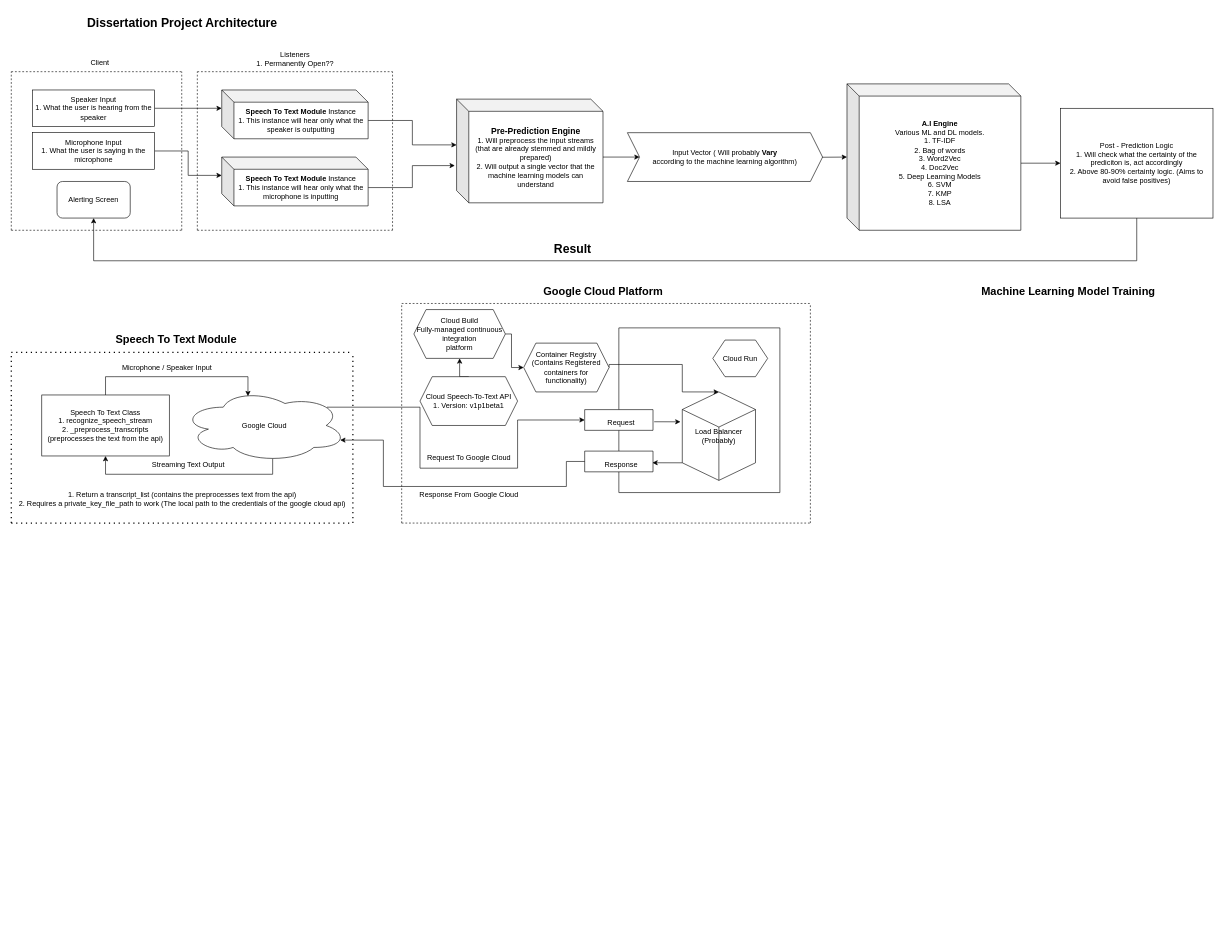
This is Design/dissertation_design.drawio from Naveenramana/Minor-project-, a draw.io file, before an edit. Source tidied: cells renumbered, new cells numbered last; positions are measured from the earlier drawing's top-left corner, leaving out a move shared by most shapes. Both pictures are drawn from the tidied source at 61%, with x=0, y=0 at pixel (11, 10).
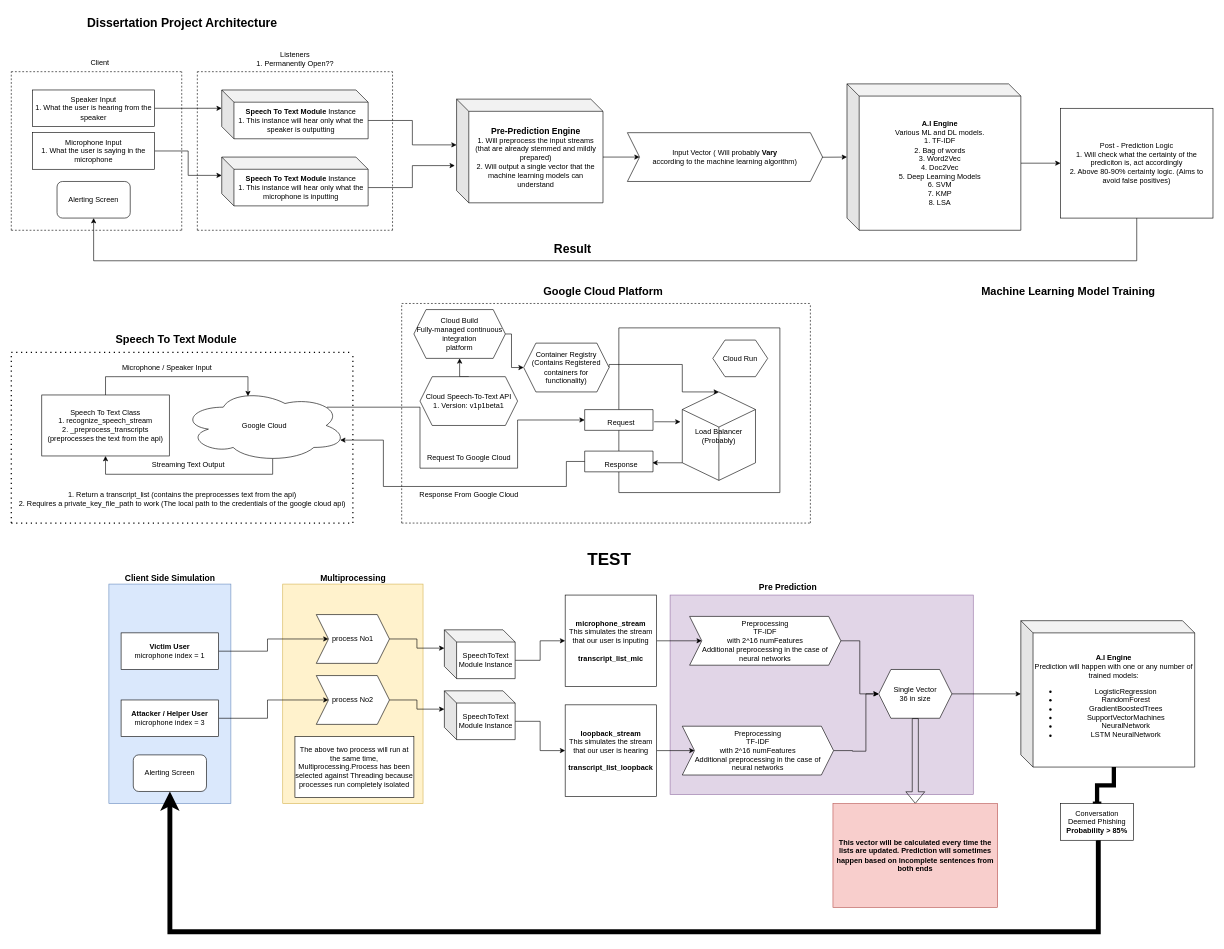
The same page after the edit.

What changed in the source:
```diff
@@
+    <mxCell id="66" style="rounded=0;whiteSpace=wrap;html=1;fillColor=#e1d5e7;strokeColor=#9673a6;" parent="1" vertex="1">
+      <mxGeometry x="1080" y="958" width="497" height="327" as="geometry" />
+    </mxCell>
+    <mxCell id="67" style="rounded=0;whiteSpace=wrap;html=1;fillColor=#dae8fc;strokeColor=#6c8ebf;" parent="1" vertex="1">
+      <mxGeometry x="160" y="940" width="200" height="360" as="geometry" />
+    </mxCell>
+    <mxCell id="68" style="rounded=0;whiteSpace=wrap;html=1;fillColor=#fff2cc;strokeColor=#d6b656;" parent="1" vertex="1">
+      <mxGeometry x="445" y="940" width="230" height="360" as="geometry" />
+    </mxCell>
@@
+    <mxCell id="69" value="&lt;b style=&quot;&quot;&gt;&lt;font style=&quot;font-size: 28px;&quot;&gt;TEST&lt;/font&gt;&lt;/b&gt;" style="text;html=1;align=center;verticalAlign=middle;strokeColor=none;fillColor=none;" parent="1" vertex="1">
+      <mxGeometry x="930" y="875" width="100" height="50" as="geometry" />
+    </mxCell>
+    <mxCell id="70" style="edgeStyle=orthogonalEdgeStyle;rounded=0;jettySize=auto;html=1;exitX=1;exitY=0.5;exitDx=0;exitDy=0;entryX=0;entryY=0.5;entryDx=0;entryDy=0;" parent="1" edge="1" source="71" target="79">
+      <mxGeometry relative="1" as="geometry" />
+    </mxCell>
+    <mxCell id="71" value="&lt;b&gt;Victim User&lt;/b&gt;&lt;br&gt;microphone index = 1" style="rounded=0;whiteSpace=wrap;html=1;" parent="1" vertex="1">
+      <mxGeometry x="180" y="1020" width="160" height="60" as="geometry" />
+    </mxCell>
+    <mxCell id="72" style="edgeStyle=orthogonalEdgeStyle;rounded=0;jettySize=auto;html=1;exitX=1;exitY=0.5;exitDx=0;exitDy=0;entryX=0;entryY=0.5;entryDx=0;entryDy=0;" parent="1" edge="1" source="73" target="81">
+      <mxGeometry relative="1" as="geometry" />
+    </mxCell>
+    <mxCell id="73" value="&lt;b&gt;Attacker / Helper User&lt;/b&gt;&lt;br&gt;microphone index = 3" style="rounded=0;whiteSpace=wrap;html=1;" parent="1" vertex="1">
+      <mxGeometry x="180" y="1130" width="160" height="60" as="geometry" />
+    </mxCell>
+    <mxCell id="74" style="edgeStyle=orthogonalEdgeStyle;rounded=0;jettySize=auto;html=1;exitX=1;exitY=0.5;exitDx=0;exitDy=0;entryX=0;entryY=0.5;entryDx=0;entryDy=0;" parent="1" edge="1" source="75" target="90">
+      <mxGeometry relative="1" as="geometry" />
+    </mxCell>
+    <mxCell id="75" value="&lt;b&gt;microphone_stream&lt;/b&gt;&lt;br&gt;This simulates the stream that our user is inputing&lt;br&gt;&lt;br&gt;&lt;b&gt;transcript_list_mic&lt;/b&gt;" style="whiteSpace=wrap;html=1;" parent="1" vertex="1">
+      <mxGeometry x="908" y="958" width="150" height="150" as="geometry" />
+    </mxCell>
+    <mxCell id="76" style="edgeStyle=orthogonalEdgeStyle;rounded=0;jettySize=auto;html=1;exitX=1;exitY=0.5;exitDx=0;exitDy=0;entryX=0;entryY=0.5;entryDx=0;entryDy=0;" parent="1" edge="1" source="77" target="100">
+      <mxGeometry relative="1" as="geometry" />
+    </mxCell>
+    <mxCell id="77" value="&lt;b&gt;loopback_stream&lt;/b&gt;&lt;br&gt;This simulates the stream that our user is hearing&lt;br&gt;&lt;br&gt;&lt;b&gt;transcript_list_loopback&lt;/b&gt;" style="whiteSpace=wrap;html=1;" parent="1" vertex="1">
+      <mxGeometry x="908" y="1138" width="150" height="150" as="geometry" />
+    </mxCell>
+    <mxCell id="78" style="edgeStyle=orthogonalEdgeStyle;rounded=0;jettySize=auto;html=1;exitX=1;exitY=0.5;exitDx=0;exitDy=0;entryX=0;entryY=0;entryDx=0;entryDy=30;entryPerimeter=0;" parent="1" edge="1" source="79" target="83">
+      <mxGeometry relative="1" as="geometry" />
+    </mxCell>
+    <mxCell id="79" value="process No1" style="shape=step;perimeter=stepPerimeter;whiteSpace=wrap;html=1;fixedSize=1;" parent="1" vertex="1">
+      <mxGeometry x="500" y="990" width="120" height="80" as="geometry" />
+    </mxCell>
+    <mxCell id="80" style="edgeStyle=orthogonalEdgeStyle;rounded=0;jettySize=auto;html=1;exitX=1;exitY=0.5;exitDx=0;exitDy=0;entryX=0;entryY=0;entryDx=0;entryDy=30;entryPerimeter=0;" parent="1" edge="1" source="81" target="85">
+      <mxGeometry relative="1" as="geometry" />
+    </mxCell>
+    <mxCell id="81" value="process No2" style="shape=step;perimeter=stepPerimeter;whiteSpace=wrap;html=1;fixedSize=1;" parent="1" vertex="1">
+      <mxGeometry x="500" y="1090" width="120" height="80" as="geometry" />
+    </mxCell>
+    <mxCell id="82" style="edgeStyle=orthogonalEdgeStyle;rounded=0;jettySize=auto;html=1;exitX=0;exitY=0;exitDx=116;exitDy=50;exitPerimeter=0;entryX=0;entryY=0.5;entryDx=0;entryDy=0;" parent="1" edge="1" source="83" target="75">
+      <mxGeometry relative="1" as="geometry" />
+    </mxCell>
+    <mxCell id="83" value="SpeechToText Module Instance" style="shape=cube;whiteSpace=wrap;html=1;boundedLbl=1;backgroundOutline=1;darkOpacity=0.05;darkOpacity2=0.1;" parent="1" vertex="1">
+      <mxGeometry x="710" y="1015" width="116" height="80" as="geometry" />
+    </mxCell>
+    <mxCell id="84" style="edgeStyle=orthogonalEdgeStyle;rounded=0;jettySize=auto;html=1;exitX=0;exitY=0;exitDx=116;exitDy=50;exitPerimeter=0;entryX=0;entryY=0.5;entryDx=0;entryDy=0;" parent="1" edge="1" source="85" target="77">
+      <mxGeometry relative="1" as="geometry" />
+    </mxCell>
+    <mxCell id="85" value="SpeechToText Module Instance" style="shape=cube;whiteSpace=wrap;html=1;boundedLbl=1;backgroundOutline=1;darkOpacity=0.05;darkOpacity2=0.1;" parent="1" vertex="1">
+      <mxGeometry x="710" y="1115" width="116" height="80" as="geometry" />
+    </mxCell>
+    <mxCell id="86" value="&lt;b&gt;&lt;font style=&quot;font-size: 14px;&quot;&gt;Multiprocessing&lt;/font&gt;&lt;/b&gt;" style="text;html=1;align=center;verticalAlign=middle;strokeColor=none;fillColor=none;" parent="1" vertex="1">
+      <mxGeometry x="495" y="915" width="130" height="30" as="geometry" />
+    </mxCell>
+    <mxCell id="87" value="The above two process will run at the same time, Multiprocessing.Process has been selected against Threading because processes run completely isolated" style="rounded=0;whiteSpace=wrap;html=1;" parent="1" vertex="1">
+      <mxGeometry x="465" y="1190" width="195" height="100" as="geometry" />
+    </mxCell>
+    <mxCell id="88" value="&lt;span style=&quot;font-size: 14px;&quot;&gt;&lt;b&gt;Client Side Simulation&lt;/b&gt;&lt;/span&gt;" style="text;html=1;align=center;verticalAlign=middle;strokeColor=none;fillColor=none;" parent="1" vertex="1">
+      <mxGeometry x="175" y="915" width="170" height="30" as="geometry" />
+    </mxCell>
+    <mxCell id="89" style="edgeStyle=orthogonalEdgeStyle;rounded=0;jettySize=auto;html=1;exitX=1;exitY=0.5;exitDx=0;exitDy=0;entryX=0;entryY=0.5;entryDx=0;entryDy=0;" parent="1" edge="1" source="90" target="93">
+      <mxGeometry relative="1" as="geometry" />
+    </mxCell>
+    <mxCell id="90" value="Preprocessing&lt;br&gt;TF-IDF&lt;br&gt;with 2^16 numFeatures&lt;br&gt;Additional preprocessing in the case of &lt;br&gt;neural networks" style="shape=step;perimeter=stepPerimeter;whiteSpace=wrap;html=1;fixedSize=1;" parent="1" vertex="1">
+      <mxGeometry x="1112" y="993" width="248" height="80" as="geometry" />
+    </mxCell>
+    <mxCell id="91" style="edgeStyle=orthogonalEdgeStyle;rounded=0;jettySize=auto;html=1;exitX=1;exitY=0.5;exitDx=0;exitDy=0;entryX=0;entryY=0.5;entryDx=0;entryDy=0;" parent="1" edge="1" source="100" target="93">
+      <mxGeometry relative="1" as="geometry">
+        <Array as="points">
+          <mxPoint x="1379" y="1213" />
+          <mxPoint x="1401" y="1214" />
+          <mxPoint x="1401" y="1120" />
+        </Array>
+      </mxGeometry>
+    </mxCell>
+    <mxCell id="92" style="edgeStyle=orthogonalEdgeStyle;rounded=0;jettySize=auto;html=1;exitX=1;exitY=0.5;exitDx=0;exitDy=0;" parent="1" edge="1" source="93" target="99">
+      <mxGeometry relative="1" as="geometry" />
+    </mxCell>
+    <mxCell id="93" value="Single Vector&lt;br&gt;36 in size" style="shape=hexagon;perimeter=hexagonPerimeter2;whiteSpace=wrap;html=1;fixedSize=1;" parent="1" vertex="1">
+      <mxGeometry x="1422" y="1080" width="120" height="80" as="geometry" />
+    </mxCell>
+    <mxCell id="94" value="&lt;span style=&quot;font-size: 14px;&quot;&gt;&lt;b&gt;Pre Prediction&lt;/b&gt;&lt;/span&gt;" style="text;html=1;align=center;verticalAlign=middle;strokeColor=none;fillColor=none;" parent="1" vertex="1">
+      <mxGeometry x="1213" y="930" width="120" height="30" as="geometry" />
+    </mxCell>
+    <mxCell id="95" style="shape=flexArrow;endArrow=classic;html=1;rounded=0;exitX=0.5;exitY=1;exitDx=0;exitDy=0;entryX=0.5;entryY=0;entryDx=0;entryDy=0;" parent="1" edge="1" source="93" target="96">
+      <mxGeometry relative="1" as="geometry" />
+    </mxCell>
+    <mxCell id="96" value="&lt;b&gt;This vector will be calculated every time the lists are updated. Prediction will sometimes happen based on incomplete sentences from both ends&lt;/b&gt;" style="rounded=0;whiteSpace=wrap;html=1;fillColor=#f8cecc;strokeColor=#b85450;" parent="1" vertex="1">
+      <mxGeometry x="1347" y="1300" width="270" height="170" as="geometry" />
+    </mxCell>
+    <mxCell id="97" style="edgeStyle=orthogonalEdgeStyle;rounded=0;jettySize=auto;html=1;entryX=0.5;entryY=1;entryDx=0;entryDy=0;strokeWidth=8;exitX=0.5;exitY=1;exitDx=0;exitDy=0;" parent="1" edge="1" source="102" target="101">
+      <mxGeometry relative="1" as="geometry">
+        <Array as="points">
+          <mxPoint x="1782" y="1360" />
+          <mxPoint x="1782" y="1510" />
+          <mxPoint x="260" y="1510" />
+        </Array>
+      </mxGeometry>
+    </mxCell>
+    <mxCell id="98" style="edgeStyle=orthogonalEdgeStyle;rounded=0;jettySize=auto;html=1;exitX=0;exitY=0;exitDx=152.5;exitDy=240;exitPerimeter=0;entryX=0.5;entryY=0;entryDx=0;entryDy=0;strokeWidth=7;endArrow=baseDash;endFill=0;" parent="1" edge="1" source="99" target="102">
+      <mxGeometry relative="1" as="geometry" />
+    </mxCell>
+    <mxCell id="99" value="&lt;font style=&quot;font-size: 12px;&quot;&gt;&lt;b&gt;A.I Engine&lt;br&gt;&lt;/b&gt;Prediction will happen with one or any number of trained models:&lt;br&gt;&lt;ul&gt;&lt;li&gt;&lt;font style=&quot;font-size: 12px;&quot;&gt;LogisticRegression&lt;/font&gt;&lt;/li&gt;&lt;li&gt;&lt;font style=&quot;font-size: 12px;&quot;&gt;RandomForest&lt;/font&gt;&lt;/li&gt;&lt;li&gt;&lt;font style=&quot;font-size: 12px;&quot;&gt;GradientBoostedTrees&lt;/font&gt;&lt;/li&gt;&lt;li&gt;&lt;font style=&quot;font-size: 12px;&quot;&gt;SupportVectorMachines&lt;/font&gt;&lt;/li&gt;&lt;li&gt;NeuralNetwork&lt;/li&gt;&lt;li&gt;LSTM NeuralNetwork&lt;/li&gt;&lt;/ul&gt;&lt;/font&gt;" style="shape=cube;whiteSpace=wrap;html=1;boundedLbl=1;backgroundOutline=1;darkOpacity=0.05;darkOpacity2=0.1;" parent="1" vertex="1">
+      <mxGeometry x="1655" y="1000" width="285" height="240" as="geometry" />
+    </mxCell>
+    <mxCell id="100" value="Preprocessing&lt;br&gt;TF-IDF&lt;br&gt;with 2^16 numFeatures&lt;br&gt;Additional preprocessing in the case of &lt;br&gt;neural networks" style="shape=step;perimeter=stepPerimeter;whiteSpace=wrap;html=1;fixedSize=1;" parent="1" vertex="1">
+      <mxGeometry x="1100" y="1173" width="248" height="80" as="geometry" />
+    </mxCell>
+    <mxCell id="101" value="Alerting Screen" style="rounded=1;whiteSpace=wrap;html=1;" parent="1" vertex="1">
+      <mxGeometry x="200" y="1220" width="120" height="60" as="geometry" />
+    </mxCell>
+    <mxCell id="102" value="Conversation Deemed Phishing&lt;br&gt;&lt;b&gt;Probability &amp;gt; 85%&lt;/b&gt;" style="rounded=0;whiteSpace=wrap;html=1;" parent="1" vertex="1">
+      <mxGeometry x="1720" y="1300" width="120" height="60" as="geometry" />
+    </mxCell>
```
